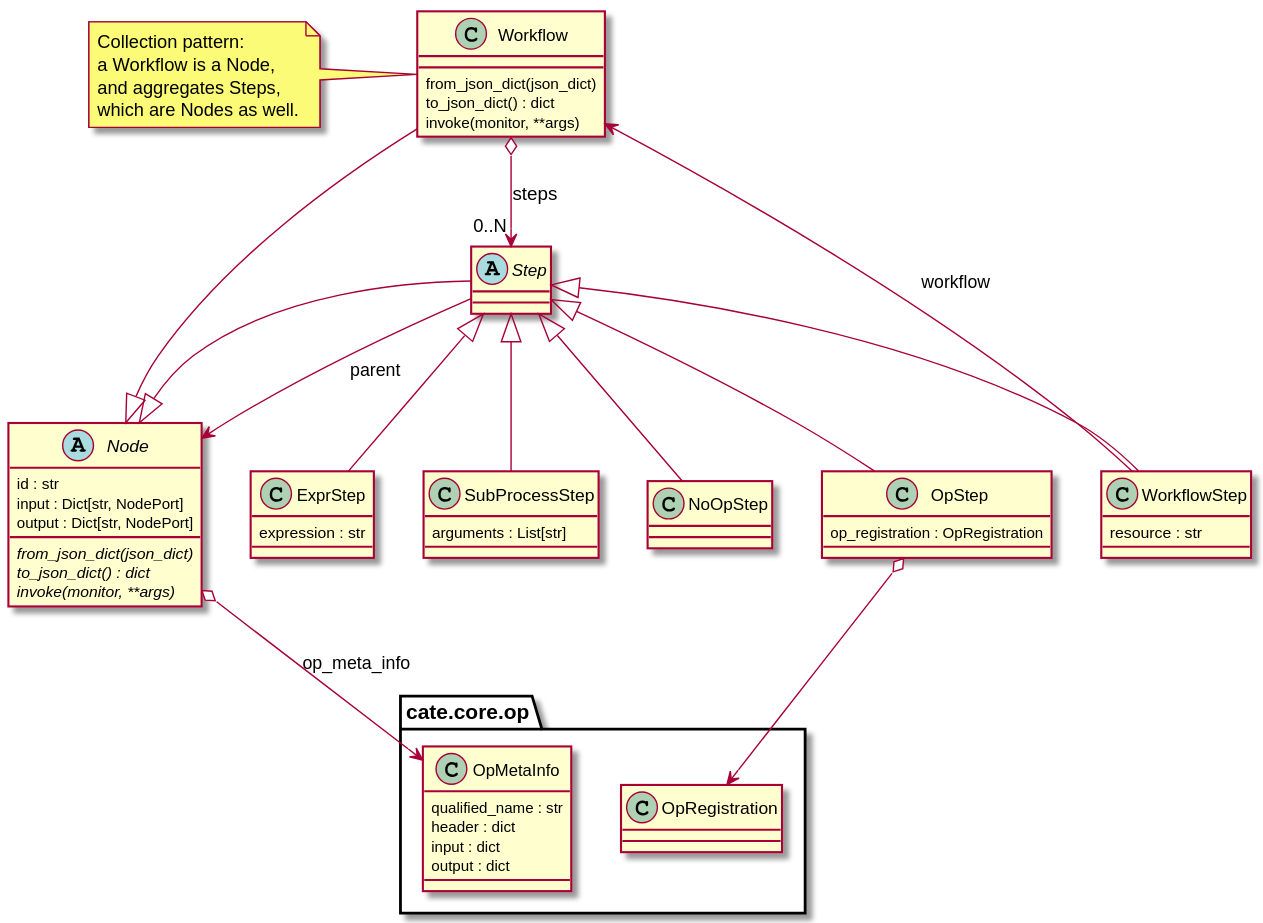
The PlantUML diagram doc/source/_static/uml/workflow.svg in CCI-Tools/cate, before a commit. Its source is kept beside it as doc/source/uml/workflow.puml.
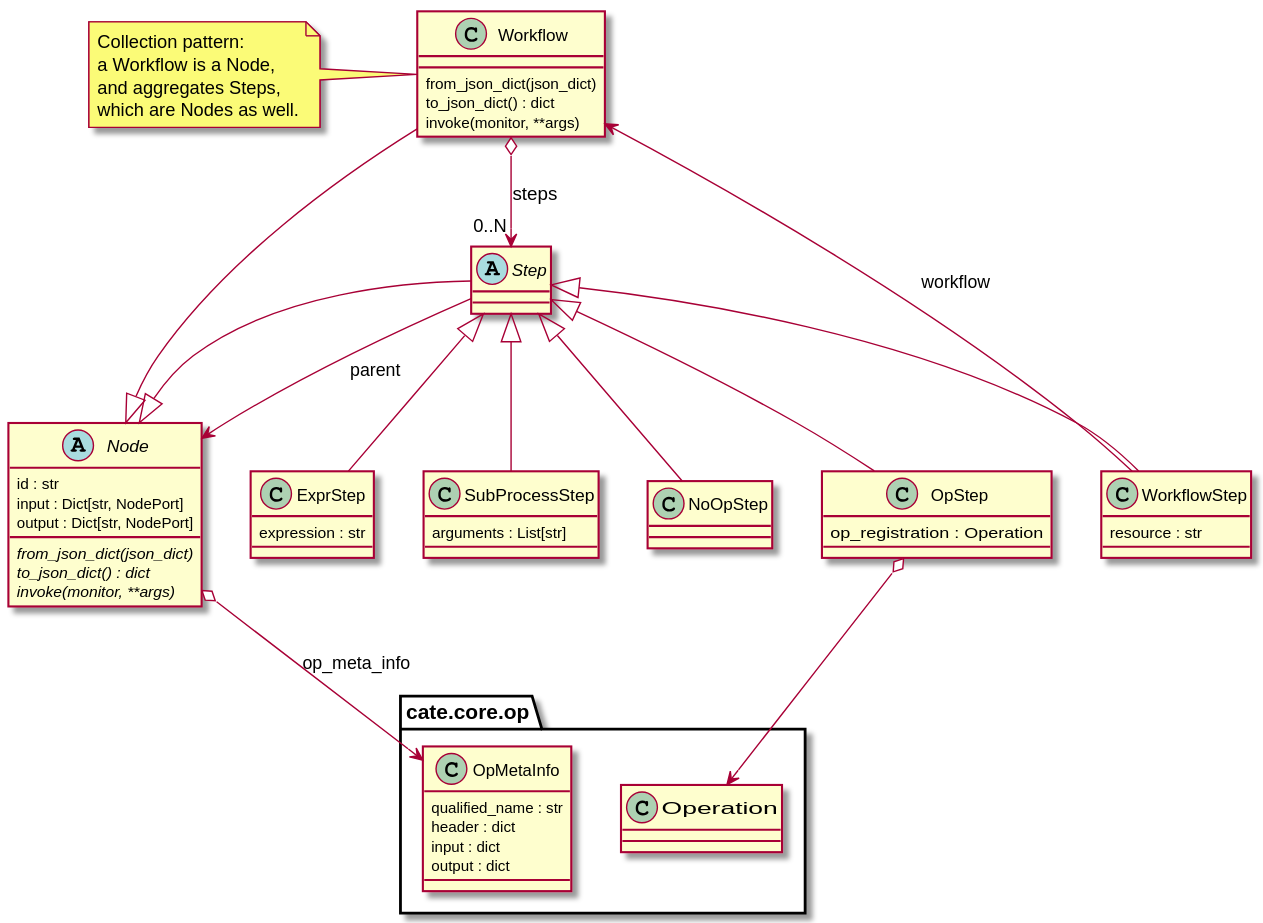
The same file after the commit.

Diff of the diagram source:
```diff
@@ -23,7 +23,7 @@
 }
 
 class OpStep extends Step {
-    op_registration : OpRegistration
+    op_registration : Operation
 }
 
 class ExprStep extends Step {
@@ -45,7 +45,7 @@
 }
 
 WorkflowStep --> Workflow: workflow
-OpStep o--> cate.core.op.OpRegistration
+OpStep o--> cate.core.op.Operation
 Node o--> cate.core.op.OpMetaInfo: op_meta_info
 Workflow o--> "0..N" Step: steps
 Step --> Node : parent
```
